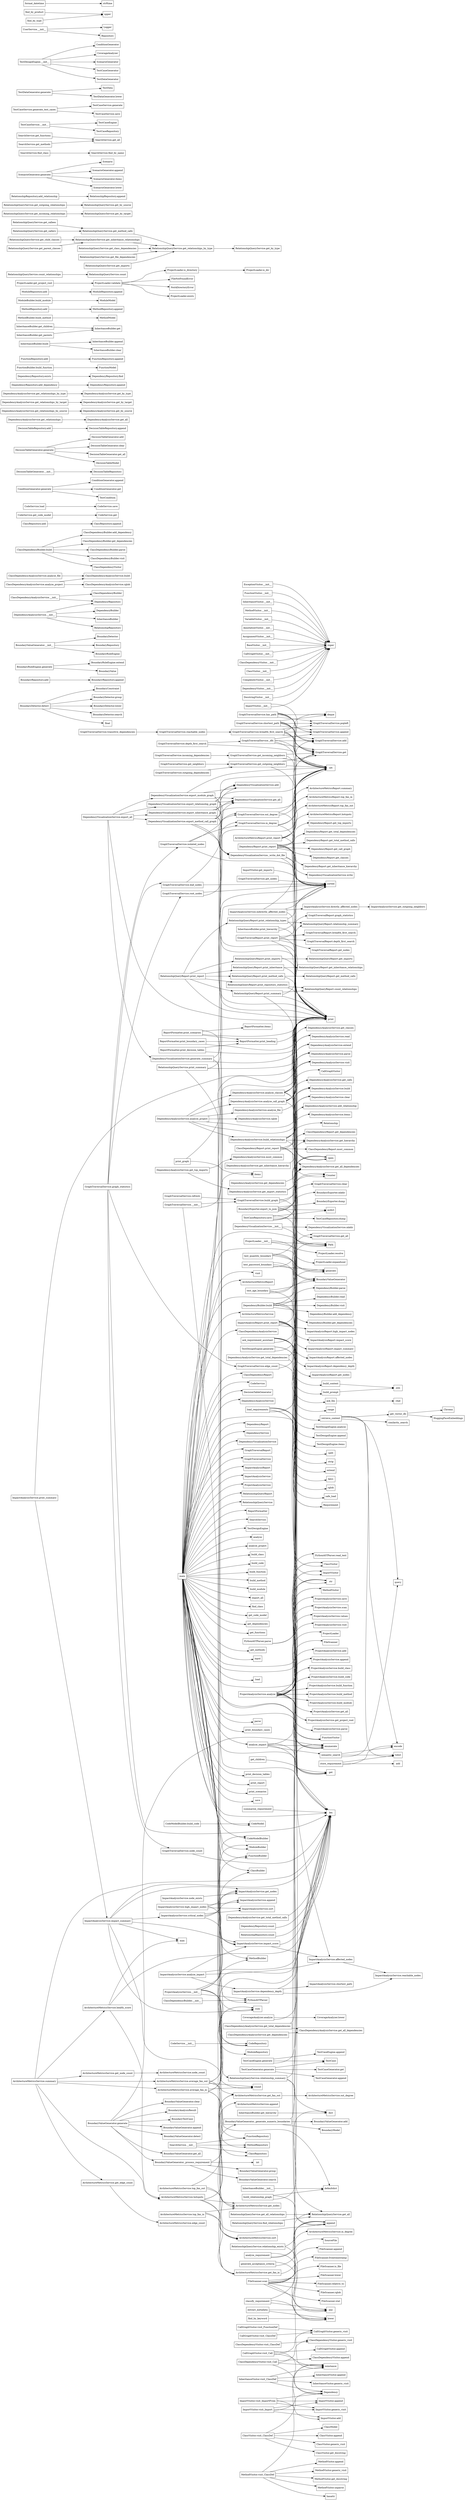
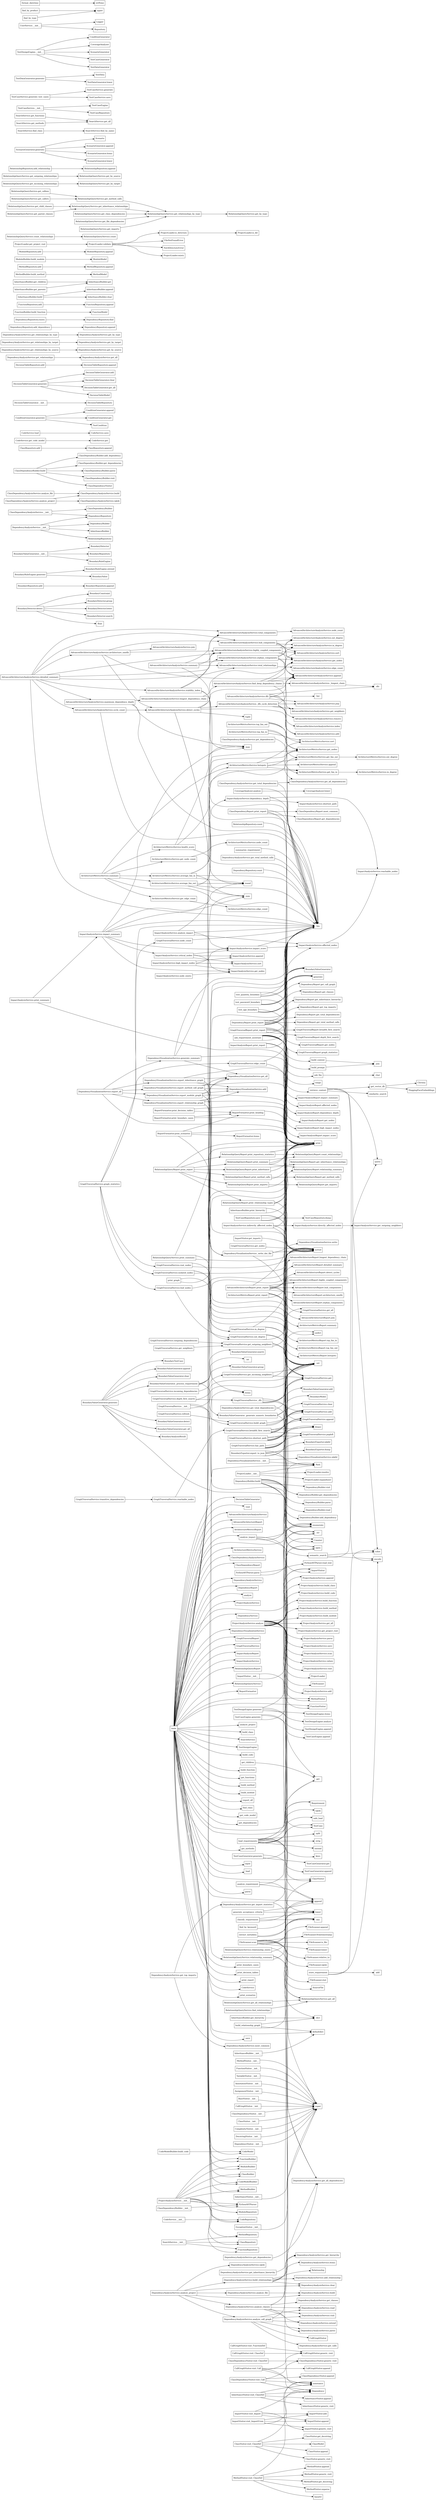
digraph "Method Call Graph" {
    rankdir=LR;
    node [shape=box];

+     "AdvancedArchitectureAnalysisService._dfs_cycle_detection" -> "AdvancedArchitectureAnalysisService.add";
+     "AdvancedArchitectureAnalysisService._dfs_cycle_detection" -> "AdvancedArchitectureAnalysisService.append";
+     "AdvancedArchitectureAnalysisService._dfs_cycle_detection" -> "AdvancedArchitectureAnalysisService.get_neighbors";
+     "AdvancedArchitectureAnalysisService._dfs_cycle_detection" -> "AdvancedArchitectureAnalysisService.index";
+     "AdvancedArchitectureAnalysisService._dfs_cycle_detection" -> "AdvancedArchitectureAnalysisService.pop";
+     "AdvancedArchitectureAnalysisService._dfs_cycle_detection" -> "AdvancedArchitectureAnalysisService.remove";
+     "AdvancedArchitectureAnalysisService._longest_chain" -> "dfs";
+     "AdvancedArchitectureAnalysisService.architecture_smells" -> "AdvancedArchitectureAnalysisService.append";
+     "AdvancedArchitectureAnalysisService.architecture_smells" -> "AdvancedArchitectureAnalysisService.detect_cycles";
+     "AdvancedArchitectureAnalysisService.architecture_smells" -> "AdvancedArchitectureAnalysisService.highly_coupled_components";
+     "AdvancedArchitectureAnalysisService.architecture_smells" -> "AdvancedArchitectureAnalysisService.hub_components";
+     "AdvancedArchitectureAnalysisService.architecture_smells" -> "AdvancedArchitectureAnalysisService.join";
+     "AdvancedArchitectureAnalysisService.cycle_count" -> "AdvancedArchitectureAnalysisService.detect_cycles";
+     "AdvancedArchitectureAnalysisService.cycle_count" -> "len";
+     "AdvancedArchitectureAnalysisService.detailed_summary" -> "AdvancedArchitectureAnalysisService.architecture_smells";
+     "AdvancedArchitectureAnalysisService.detailed_summary" -> "AdvancedArchitectureAnalysisService.cycle_count";
+     "AdvancedArchitectureAnalysisService.detailed_summary" -> "AdvancedArchitectureAnalysisService.highly_coupled_components";
+     "AdvancedArchitectureAnalysisService.detailed_summary" -> "AdvancedArchitectureAnalysisService.hub_components";
+     "AdvancedArchitectureAnalysisService.detailed_summary" -> "AdvancedArchitectureAnalysisService.maximum_dependency_depth";
+     "AdvancedArchitectureAnalysisService.detailed_summary" -> "AdvancedArchitectureAnalysisService.orphan_components";
+     "AdvancedArchitectureAnalysisService.detailed_summary" -> "AdvancedArchitectureAnalysisService.stability_index";
+     "AdvancedArchitectureAnalysisService.detailed_summary" -> "AdvancedArchitectureAnalysisService.total_components";
+     "AdvancedArchitectureAnalysisService.detailed_summary" -> "AdvancedArchitectureAnalysisService.total_relationships";
+     "AdvancedArchitectureAnalysisService.detailed_summary" -> "len";
+     "AdvancedArchitectureAnalysisService.detect_cycles" -> "AdvancedArchitectureAnalysisService._dfs_cycle_detection";
+     "AdvancedArchitectureAnalysisService.detect_cycles" -> "AdvancedArchitectureAnalysisService.add";
+     "AdvancedArchitectureAnalysisService.detect_cycles" -> "AdvancedArchitectureAnalysisService.append";
+     "AdvancedArchitectureAnalysisService.detect_cycles" -> "AdvancedArchitectureAnalysisService.get_nodes";
+     "AdvancedArchitectureAnalysisService.detect_cycles" -> "set";
+     "AdvancedArchitectureAnalysisService.detect_cycles" -> "sorted";
+     "AdvancedArchitectureAnalysisService.detect_cycles" -> "tuple";
+     "AdvancedArchitectureAnalysisService.dfs" -> "AdvancedArchitectureAnalysisService.append";
+     "AdvancedArchitectureAnalysisService.dfs" -> "AdvancedArchitectureAnalysisService.get_neighbors";
+     "AdvancedArchitectureAnalysisService.dfs" -> "AdvancedArchitectureAnalysisService.pop";
+     "AdvancedArchitectureAnalysisService.dfs" -> "dfs";
+     "AdvancedArchitectureAnalysisService.dfs" -> "len";
+     "AdvancedArchitectureAnalysisService.dfs" -> "list";
+     "AdvancedArchitectureAnalysisService.find_deep_dependency_chains" -> "AdvancedArchitectureAnalysisService._longest_chain";
+     "AdvancedArchitectureAnalysisService.find_deep_dependency_chains" -> "AdvancedArchitectureAnalysisService.append";
+     "AdvancedArchitectureAnalysisService.find_deep_dependency_chains" -> "AdvancedArchitectureAnalysisService.get_nodes";
+     "AdvancedArchitectureAnalysisService.find_deep_dependency_chains" -> "AdvancedArchitectureAnalysisService.sort";
+     "AdvancedArchitectureAnalysisService.find_deep_dependency_chains" -> "len";
+     "AdvancedArchitectureAnalysisService.highly_coupled_components" -> "AdvancedArchitectureAnalysisService.append";
+     "AdvancedArchitectureAnalysisService.highly_coupled_components" -> "AdvancedArchitectureAnalysisService.get_nodes";
+     "AdvancedArchitectureAnalysisService.highly_coupled_components" -> "AdvancedArchitectureAnalysisService.in_degree";
+     "AdvancedArchitectureAnalysisService.highly_coupled_components" -> "AdvancedArchitectureAnalysisService.out_degree";
+     "AdvancedArchitectureAnalysisService.highly_coupled_components" -> "AdvancedArchitectureAnalysisService.sort";
+     "AdvancedArchitectureAnalysisService.hub_components" -> "AdvancedArchitectureAnalysisService.append";
+     "AdvancedArchitectureAnalysisService.hub_components" -> "AdvancedArchitectureAnalysisService.get_nodes";
+     "AdvancedArchitectureAnalysisService.hub_components" -> "AdvancedArchitectureAnalysisService.in_degree";
+     "AdvancedArchitectureAnalysisService.hub_components" -> "AdvancedArchitectureAnalysisService.out_degree";
+     "AdvancedArchitectureAnalysisService.hub_components" -> "AdvancedArchitectureAnalysisService.sort";
+     "AdvancedArchitectureAnalysisService.longest_dependency_chain" -> "AdvancedArchitectureAnalysisService.find_deep_dependency_chains";
+     "AdvancedArchitectureAnalysisService.maximum_dependency_depth" -> "AdvancedArchitectureAnalysisService.longest_dependency_chain";
+     "AdvancedArchitectureAnalysisService.maximum_dependency_depth" -> "len";
+     "AdvancedArchitectureAnalysisService.maximum_dependency_depth" -> "max";
+     "AdvancedArchitectureAnalysisService.orphan_components" -> "AdvancedArchitectureAnalysisService.append";
+     "AdvancedArchitectureAnalysisService.orphan_components" -> "AdvancedArchitectureAnalysisService.get_nodes";
+     "AdvancedArchitectureAnalysisService.orphan_components" -> "AdvancedArchitectureAnalysisService.in_degree";
+     "AdvancedArchitectureAnalysisService.orphan_components" -> "AdvancedArchitectureAnalysisService.out_degree";
+     "AdvancedArchitectureAnalysisService.orphan_components" -> "sorted";
+     "AdvancedArchitectureAnalysisService.stability_index" -> "AdvancedArchitectureAnalysisService.highly_coupled_components";
+     "AdvancedArchitectureAnalysisService.stability_index" -> "AdvancedArchitectureAnalysisService.total_components";
+     "AdvancedArchitectureAnalysisService.stability_index" -> "len";
+     "AdvancedArchitectureAnalysisService.stability_index" -> "max";
+     "AdvancedArchitectureAnalysisService.stability_index" -> "round";
+     "AdvancedArchitectureAnalysisService.summary" -> "AdvancedArchitectureAnalysisService.highly_coupled_components";
+     "AdvancedArchitectureAnalysisService.summary" -> "AdvancedArchitectureAnalysisService.orphan_components";
+     "AdvancedArchitectureAnalysisService.summary" -> "AdvancedArchitectureAnalysisService.total_components";
+     "AdvancedArchitectureAnalysisService.summary" -> "AdvancedArchitectureAnalysisService.total_relationships";
+     "AdvancedArchitectureAnalysisService.summary" -> "len";
+     "AdvancedArchitectureAnalysisService.total_components" -> "AdvancedArchitectureAnalysisService.node_count";
+     "AdvancedArchitectureAnalysisService.total_relationships" -> "AdvancedArchitectureAnalysisService.edge_count";
+     "AdvancedArchitectureReport.print_report" -> "AdvancedArchitectureReport.architecture_smells";
+     "AdvancedArchitectureReport.print_report" -> "AdvancedArchitectureReport.detailed_summary";
+     "AdvancedArchitectureReport.print_report" -> "AdvancedArchitectureReport.detect_cycles";
+     "AdvancedArchitectureReport.print_report" -> "AdvancedArchitectureReport.highly_coupled_components";
+     "AdvancedArchitectureReport.print_report" -> "AdvancedArchitectureReport.hub_components";
+     "AdvancedArchitectureReport.print_report" -> "AdvancedArchitectureReport.join";
+     "AdvancedArchitectureReport.print_report" -> "AdvancedArchitectureReport.longest_dependency_chain";
+     "AdvancedArchitectureReport.print_report" -> "AdvancedArchitectureReport.orphan_components";
+     "AdvancedArchitectureReport.print_report" -> "print";
    "AnnotationVisitor.__init__" -> "super";
    "ArchitectureMetricsReport.print_report" -> "ArchitectureMetricsReport.hotspots";
    "ArchitectureMetricsReport.print_report" -> "ArchitectureMetricsReport.summary";
    "ArchitectureMetricsReport.print_report" -> "ArchitectureMetricsReport.top_fan_in";
    "ArchitectureMetricsReport.print_report" -> "ArchitectureMetricsReport.top_fan_out";
    "ArchitectureMetricsReport.print_report" -> "print";
    "ArchitectureMetricsService.average_fan_in" -> "ArchitectureMetricsService.get_fan_in";
    "ArchitectureMetricsService.average_fan_in" -> "ArchitectureMetricsService.get_nodes";
    "ArchitectureMetricsService.average_fan_in" -> "len";
    "ArchitectureMetricsService.average_fan_in" -> "round";
    "ArchitectureMetricsService.average_fan_in" -> "sum";
    "ArchitectureMetricsService.average_fan_out" -> "ArchitectureMetricsService.get_fan_out";
    "ArchitectureMetricsService.average_fan_out" -> "ArchitectureMetricsService.get_nodes";
    "ArchitectureMetricsService.average_fan_out" -> "len";
    "ArchitectureMetricsService.average_fan_out" -> "round";
    "ArchitectureMetricsService.average_fan_out" -> "sum";
    "ArchitectureMetricsService.get_edge_count" -> "ArchitectureMetricsService.edge_count";
    "ArchitectureMetricsService.get_fan_in" -> "ArchitectureMetricsService.in_degree";
    "ArchitectureMetricsService.get_fan_out" -> "ArchitectureMetricsService.out_degree";
    "ArchitectureMetricsService.get_node_count" -> "ArchitectureMetricsService.node_count";
    "ArchitectureMetricsService.health_score" -> "ArchitectureMetricsService.hotspots";
    "ArchitectureMetricsService.health_score" -> "len";
    "ArchitectureMetricsService.health_score" -> "max";
    "ArchitectureMetricsService.hotspots" -> "ArchitectureMetricsService.append";
    "ArchitectureMetricsService.hotspots" -> "ArchitectureMetricsService.get_fan_in";
    "ArchitectureMetricsService.hotspots" -> "ArchitectureMetricsService.get_fan_out";
    "ArchitectureMetricsService.hotspots" -> "ArchitectureMetricsService.get_nodes";
    "ArchitectureMetricsService.hotspots" -> "ArchitectureMetricsService.sort";
    "ArchitectureMetricsService.summary" -> "ArchitectureMetricsService.average_fan_in";
    "ArchitectureMetricsService.summary" -> "ArchitectureMetricsService.average_fan_out";
    "ArchitectureMetricsService.summary" -> "ArchitectureMetricsService.get_edge_count";
    "ArchitectureMetricsService.summary" -> "ArchitectureMetricsService.get_node_count";
    "ArchitectureMetricsService.summary" -> "ArchitectureMetricsService.health_score";
    "ArchitectureMetricsService.summary" -> "ArchitectureMetricsService.hotspots";
    "ArchitectureMetricsService.summary" -> "len";
    "ArchitectureMetricsService.top_fan_in" -> "ArchitectureMetricsService.get_fan_in";
    "ArchitectureMetricsService.top_fan_in" -> "ArchitectureMetricsService.get_nodes";
    "ArchitectureMetricsService.top_fan_in" -> "ArchitectureMetricsService.sort";
    "ArchitectureMetricsService.top_fan_out" -> "ArchitectureMetricsService.get_fan_out";
    "ArchitectureMetricsService.top_fan_out" -> "ArchitectureMetricsService.get_nodes";
    "ArchitectureMetricsService.top_fan_out" -> "ArchitectureMetricsService.sort";
    "AssignmentVisitor.__init__" -> "super";
    "BaseVisitor.__init__" -> "super";
    "BoundaryDetector.detect" -> "BoundaryConstraint";
    "BoundaryDetector.detect" -> "BoundaryDetector.group";
    "BoundaryDetector.detect" -> "BoundaryDetector.lower";
    "BoundaryDetector.detect" -> "BoundaryDetector.search";
    "BoundaryDetector.detect" -> "float";
    "BoundaryExporter.export_to_json" -> "BoundaryExporter.dump";
    "BoundaryExporter.export_to_json" -> "BoundaryExporter.mkdir";
    "BoundaryExporter.export_to_json" -> "Path";
    "BoundaryExporter.export_to_json" -> "asdict";
    "BoundaryExporter.export_to_json" -> "open";
    "BoundaryExporter.export_to_json" -> "print";
    "BoundaryRepository.add" -> "BoundaryRepository.append";
    "BoundaryRuleEngine.generate" -> "BoundaryRuleEngine.extend";
    "BoundaryRuleEngine.generate" -> "BoundaryValue";
    "BoundaryValueGenerator.__init__" -> "BoundaryDetector";
    "BoundaryValueGenerator.__init__" -> "BoundaryRepository";
    "BoundaryValueGenerator.__init__" -> "BoundaryRuleEngine";
    "BoundaryValueGenerator._generate_numeric_boundaries" -> "BoundaryModel";
    "BoundaryValueGenerator._generate_numeric_boundaries" -> "BoundaryValueGenerator.add";
    "BoundaryValueGenerator._generate_numeric_boundaries" -> "str";
    "BoundaryValueGenerator._process_requirement" -> "BoundaryValueGenerator._generate_numeric_boundaries";
    "BoundaryValueGenerator._process_requirement" -> "BoundaryValueGenerator.group";
    "BoundaryValueGenerator._process_requirement" -> "BoundaryValueGenerator.search";
    "BoundaryValueGenerator._process_requirement" -> "int";
    "BoundaryValueGenerator.generate" -> "BoundaryAnalysisResult";
    "BoundaryValueGenerator.generate" -> "BoundaryTestCase";
    "BoundaryValueGenerator.generate" -> "BoundaryValueGenerator._process_requirement";
    "BoundaryValueGenerator.generate" -> "BoundaryValueGenerator.append";
    "BoundaryValueGenerator.generate" -> "BoundaryValueGenerator.clear";
    "BoundaryValueGenerator.generate" -> "BoundaryValueGenerator.detect";
    "BoundaryValueGenerator.generate" -> "BoundaryValueGenerator.get_all";
    "BoundaryValueGenerator.generate" -> "enumerate";
    "CallGraphVisitor.__init__" -> "super";
    "CallGraphVisitor.visit_Call" -> "CallGraphVisitor.append";
    "CallGraphVisitor.visit_Call" -> "CallGraphVisitor.generic_visit";
    "CallGraphVisitor.visit_Call" -> "Dependency";
    "CallGraphVisitor.visit_Call" -> "isinstance";
    "CallGraphVisitor.visit_ClassDef" -> "CallGraphVisitor.generic_visit";
    "CallGraphVisitor.visit_FunctionDef" -> "CallGraphVisitor.generic_visit";
    "ClassDependencyAnalysisService.__init__" -> "ClassDependencyBuilder";
    "ClassDependencyAnalysisService.__init__" -> "DependencyRepository";
    "ClassDependencyAnalysisService.analyze_file" -> "ClassDependencyAnalysisService.build";
    "ClassDependencyAnalysisService.analyze_project" -> "ClassDependencyAnalysisService.build";
    "ClassDependencyAnalysisService.analyze_project" -> "ClassDependencyAnalysisService.rglob";
    "ClassDependencyAnalysisService.get_dependencies" -> "ClassDependencyAnalysisService.get_all_dependencies";
    "ClassDependencyAnalysisService.get_total_dependencies" -> "ClassDependencyAnalysisService.get_all_dependencies";
    "ClassDependencyAnalysisService.get_total_dependencies" -> "len";
    "ClassDependencyBuilder.__init__" -> "PythonASTParser";
    "ClassDependencyBuilder.build" -> "ClassDependencyBuilder.add_dependency";
    "ClassDependencyBuilder.build" -> "ClassDependencyBuilder.get_dependencies";
    "ClassDependencyBuilder.build" -> "ClassDependencyBuilder.parse";
    "ClassDependencyBuilder.build" -> "ClassDependencyBuilder.visit";
    "ClassDependencyBuilder.build" -> "ClassDependencyVisitor";
    "ClassDependencyReport.print_report" -> "ClassDependencyReport.get_dependencies";
    "ClassDependencyReport.print_report" -> "ClassDependencyReport.most_common";
    "ClassDependencyReport.print_report" -> "Counter";
    "ClassDependencyReport.print_report" -> "len";
    "ClassDependencyReport.print_report" -> "print";
    "ClassDependencyVisitor.__init__" -> "super";
    "ClassDependencyVisitor.visit_Call" -> "ClassDependencyVisitor.append";
    "ClassDependencyVisitor.visit_Call" -> "ClassDependencyVisitor.generic_visit";
    "ClassDependencyVisitor.visit_Call" -> "Dependency";
    "ClassDependencyVisitor.visit_Call" -> "isinstance";
    "ClassDependencyVisitor.visit_ClassDef" -> "ClassDependencyVisitor.generic_visit";
    "ClassRepository.add" -> "ClassRepository.append";
    "ClassVisitor.__init__" -> "super";
    "ClassVisitor.visit_ClassDef" -> "ClassModel";
    "ClassVisitor.visit_ClassDef" -> "ClassVisitor.append";
    "ClassVisitor.visit_ClassDef" -> "ClassVisitor.generic_visit";
    "ClassVisitor.visit_ClassDef" -> "ClassVisitor.get_docstring";
    "ClassVisitor.visit_ClassDef" -> "isinstance";
    "CodeModelBuilder.build_code" -> "CodeModel";
    "CodeService.__init__" -> "CodeRepository";
    "CodeService.get_code_model" -> "CodeService.get";
    "CodeService.load" -> "CodeService.save";
    "ComplexityVisitor.__init__" -> "super";
    "ConditionGenerator.generate" -> "ConditionGenerator.append";
    "ConditionGenerator.generate" -> "ConditionGenerator.get";
    "ConditionGenerator.generate" -> "TestCondition";
    "CoverageAnalyzer.analyze" -> "CoverageAnalyzer.lower";
    "CoverageAnalyzer.analyze" -> "len";
    "DecisionTableGenerator.__init__" -> "DecisionTableRepository";
    "DecisionTableGenerator.generate" -> "DecisionTableGenerator.add";
    "DecisionTableGenerator.generate" -> "DecisionTableGenerator.clear";
    "DecisionTableGenerator.generate" -> "DecisionTableGenerator.get_all";
    "DecisionTableGenerator.generate" -> "DecisionTableModel";
    "DecisionTableRepository.add" -> "DecisionTableRepository.append";
    "DependencyAnalysisService.__init__" -> "DependencyBuilder";
    "DependencyAnalysisService.__init__" -> "DependencyRepository";
    "DependencyAnalysisService.__init__" -> "InheritanceBuilder";
    "DependencyAnalysisService.__init__" -> "RelationshipRepository";
    "DependencyAnalysisService.analyze_call_graph" -> "CallGraphVisitor";
    "DependencyAnalysisService.analyze_call_graph" -> "DependencyAnalysisService.extend";
    "DependencyAnalysisService.analyze_call_graph" -> "DependencyAnalysisService.get_calls";
    "DependencyAnalysisService.analyze_call_graph" -> "DependencyAnalysisService.parse";
    "DependencyAnalysisService.analyze_call_graph" -> "DependencyAnalysisService.read";
    "DependencyAnalysisService.analyze_call_graph" -> "DependencyAnalysisService.visit";
    "DependencyAnalysisService.analyze_call_graph" -> "open";
    "DependencyAnalysisService.analyze_classes" -> "ClassVisitor";
    "DependencyAnalysisService.analyze_classes" -> "DependencyAnalysisService.extend";
    "DependencyAnalysisService.analyze_classes" -> "DependencyAnalysisService.get_classes";
    "DependencyAnalysisService.analyze_classes" -> "DependencyAnalysisService.parse";
    "DependencyAnalysisService.analyze_classes" -> "DependencyAnalysisService.read";
    "DependencyAnalysisService.analyze_classes" -> "DependencyAnalysisService.visit";
    "DependencyAnalysisService.analyze_classes" -> "open";
    "DependencyAnalysisService.analyze_file" -> "DependencyAnalysisService.build";
    "DependencyAnalysisService.analyze_project" -> "DependencyAnalysisService.analyze_call_graph";
    "DependencyAnalysisService.analyze_project" -> "DependencyAnalysisService.analyze_classes";
    "DependencyAnalysisService.analyze_project" -> "DependencyAnalysisService.analyze_file";
    "DependencyAnalysisService.analyze_project" -> "DependencyAnalysisService.build";
    "DependencyAnalysisService.analyze_project" -> "DependencyAnalysisService.build_relationships";
    "DependencyAnalysisService.analyze_project" -> "DependencyAnalysisService.clear";
    "DependencyAnalysisService.analyze_project" -> "DependencyAnalysisService.rglob";
    "DependencyAnalysisService.build_relationships" -> "DependencyAnalysisService.add_relationship";
    "DependencyAnalysisService.build_relationships" -> "DependencyAnalysisService.clear";
    "DependencyAnalysisService.build_relationships" -> "DependencyAnalysisService.get_all_dependencies";
    "DependencyAnalysisService.build_relationships" -> "DependencyAnalysisService.get_hierarchy";
    "DependencyAnalysisService.build_relationships" -> "DependencyAnalysisService.items";
    "DependencyAnalysisService.build_relationships" -> "Relationship";
    "DependencyAnalysisService.get_dependencies" -> "DependencyAnalysisService.get_all_dependencies";
    "DependencyAnalysisService.get_import_statistics" -> "Counter";
    "DependencyAnalysisService.get_import_statistics" -> "DependencyAnalysisService.get_all_dependencies";
    "DependencyAnalysisService.get_inheritance_hierarchy" -> "DependencyAnalysisService.get_hierarchy";
    "DependencyAnalysisService.get_relationships" -> "DependencyAnalysisService.get_all";
    "DependencyAnalysisService.get_relationships_by_source" -> "DependencyAnalysisService.get_by_source";
    "DependencyAnalysisService.get_relationships_by_target" -> "DependencyAnalysisService.get_by_target";
    "DependencyAnalysisService.get_relationships_by_type" -> "DependencyAnalysisService.get_by_type";
    "DependencyAnalysisService.get_top_imports" -> "DependencyAnalysisService.get_import_statistics";
    "DependencyAnalysisService.get_top_imports" -> "DependencyAnalysisService.most_common";
    "DependencyAnalysisService.get_total_dependencies" -> "DependencyAnalysisService.get_all_dependencies";
    "DependencyAnalysisService.get_total_dependencies" -> "len";
    "DependencyAnalysisService.get_total_method_calls" -> "len";
    "DependencyBuilder.build" -> "DependencyBuilder.add_dependency";
    "DependencyBuilder.build" -> "DependencyBuilder.get_dependencies";
    "DependencyBuilder.build" -> "DependencyBuilder.parse";
    "DependencyBuilder.build" -> "DependencyBuilder.read";
    "DependencyBuilder.build" -> "DependencyBuilder.visit";
    "DependencyBuilder.build" -> "ImportVisitor";
    "DependencyBuilder.build" -> "open";
    "DependencyBuilder.build" -> "str";
    "DependencyReport.print_report" -> "DependencyReport.get_call_graph";
    "DependencyReport.print_report" -> "DependencyReport.get_classes";
    "DependencyReport.print_report" -> "DependencyReport.get_inheritance_hierarchy";
    "DependencyReport.print_report" -> "DependencyReport.get_top_imports";
    "DependencyReport.print_report" -> "DependencyReport.get_total_dependencies";
    "DependencyReport.print_report" -> "DependencyReport.get_total_method_calls";
    "DependencyReport.print_report" -> "len";
    "DependencyReport.print_report" -> "print";
    "DependencyReport.print_report" -> "sorted";
    "DependencyRepository.add_dependency" -> "DependencyRepository.append";
    "DependencyRepository.count" -> "len";
    "DependencyRepository.exists" -> "DependencyRepository.find";
    "DependencyVisitor.__init__" -> "super";
    "DependencyVisualizationService.__init__" -> "DependencyVisualizationService.mkdir";
    "DependencyVisualizationService.__init__" -> "Path";
    "DependencyVisualizationService._write_dot_file" -> "DependencyVisualizationService.write";
    "DependencyVisualizationService._write_dot_file" -> "open";
    "DependencyVisualizationService._write_dot_file" -> "sorted";
    "DependencyVisualizationService.export_all" -> "DependencyVisualizationService.export_inheritance_graph";
    "DependencyVisualizationService.export_all" -> "DependencyVisualizationService.export_method_call_graph";
    "DependencyVisualizationService.export_all" -> "DependencyVisualizationService.export_module_graph";
    "DependencyVisualizationService.export_all" -> "DependencyVisualizationService.export_relationship_graph";
    "DependencyVisualizationService.export_all" -> "DependencyVisualizationService.generate_summary";
    "DependencyVisualizationService.export_all" -> "print";
    "DependencyVisualizationService.export_inheritance_graph" -> "DependencyVisualizationService._write_dot_file";
    "DependencyVisualizationService.export_inheritance_graph" -> "DependencyVisualizationService.add";
    "DependencyVisualizationService.export_inheritance_graph" -> "DependencyVisualizationService.get_all";
    "DependencyVisualizationService.export_inheritance_graph" -> "print";
    "DependencyVisualizationService.export_inheritance_graph" -> "set";
    "DependencyVisualizationService.export_method_call_graph" -> "DependencyVisualizationService._write_dot_file";
    "DependencyVisualizationService.export_method_call_graph" -> "DependencyVisualizationService.add";
    "DependencyVisualizationService.export_method_call_graph" -> "DependencyVisualizationService.get_all";
    "DependencyVisualizationService.export_method_call_graph" -> "print";
    "DependencyVisualizationService.export_method_call_graph" -> "set";
    "DependencyVisualizationService.export_module_graph" -> "DependencyVisualizationService._write_dot_file";
    "DependencyVisualizationService.export_module_graph" -> "DependencyVisualizationService.add";
    "DependencyVisualizationService.export_module_graph" -> "DependencyVisualizationService.get_all";
    "DependencyVisualizationService.export_module_graph" -> "print";
    "DependencyVisualizationService.export_module_graph" -> "set";
    "DependencyVisualizationService.export_relationship_graph" -> "DependencyVisualizationService._write_dot_file";
    "DependencyVisualizationService.export_relationship_graph" -> "DependencyVisualizationService.add";
    "DependencyVisualizationService.export_relationship_graph" -> "DependencyVisualizationService.get_all";
    "DependencyVisualizationService.export_relationship_graph" -> "print";
    "DependencyVisualizationService.export_relationship_graph" -> "set";
    "DependencyVisualizationService.generate_summary" -> "DependencyVisualizationService.get_all";
    "DependencyVisualizationService.generate_summary" -> "len";
    "DependencyVisualizationService.generate_summary" -> "print";
    "DependencyVisualizationService.generate_summary" -> "sum";
    "DocstringVisitor.__init__" -> "super";
    "ExceptionVisitor.__init__" -> "super";
    "FileScanner.scan" -> "FileScanner.append";
    "FileScanner.scan" -> "FileScanner.fromtimestamp";
    "FileScanner.scan" -> "FileScanner.is_file";
    "FileScanner.scan" -> "FileScanner.lower";
    "FileScanner.scan" -> "FileScanner.relative_to";
    "FileScanner.scan" -> "FileScanner.rglob";
    "FileScanner.scan" -> "FileScanner.stat";
    "FileScanner.scan" -> "SourceFile";
    "FileScanner.scan" -> "any";
    "FunctionBuilder.build_function" -> "FunctionModel";
    "FunctionRepository.add" -> "FunctionRepository.append";
    "FunctionVisitor.__init__" -> "super";
    "GraphTraversalReport.print_report" -> "GraphTraversalReport.breadth_first_search";
    "GraphTraversalReport.print_report" -> "GraphTraversalReport.depth_first_search";
    "GraphTraversalReport.print_report" -> "GraphTraversalReport.get_nodes";
    "GraphTraversalReport.print_report" -> "GraphTraversalReport.graph_statistics";
    "GraphTraversalReport.print_report" -> "len";
    "GraphTraversalReport.print_report" -> "print";
    "GraphTraversalService.__init__" -> "GraphTraversalService.build_graph";
    "GraphTraversalService.__init__" -> "defaultdict";
    "GraphTraversalService.__init__" -> "set";
    "GraphTraversalService._dfs" -> "GraphTraversalService.add";
    "GraphTraversalService._dfs" -> "GraphTraversalService.append";
    "GraphTraversalService._dfs" -> "GraphTraversalService.get";
    "GraphTraversalService._dfs" -> "set";
    "GraphTraversalService._dfs" -> "sorted";
    "GraphTraversalService.breadth_first_search" -> "GraphTraversalService.add";
    "GraphTraversalService.breadth_first_search" -> "GraphTraversalService.append";
    "GraphTraversalService.breadth_first_search" -> "GraphTraversalService.get";
    "GraphTraversalService.breadth_first_search" -> "GraphTraversalService.popleft";
    "GraphTraversalService.breadth_first_search" -> "deque";
    "GraphTraversalService.breadth_first_search" -> "set";
    "GraphTraversalService.breadth_first_search" -> "sorted";
    "GraphTraversalService.build_graph" -> "GraphTraversalService.add";
    "GraphTraversalService.build_graph" -> "GraphTraversalService.clear";
    "GraphTraversalService.build_graph" -> "GraphTraversalService.get_all";
    "GraphTraversalService.depth_first_search" -> "GraphTraversalService._dfs";
    "GraphTraversalService.depth_first_search" -> "set";
    "GraphTraversalService.edge_count" -> "GraphTraversalService.get_all";
    "GraphTraversalService.edge_count" -> "len";
    "GraphTraversalService.get_incoming_neighbors" -> "GraphTraversalService.get";
    "GraphTraversalService.get_incoming_neighbors" -> "set";
    "GraphTraversalService.get_incoming_neighbors" -> "sorted";
    "GraphTraversalService.get_neighbors" -> "GraphTraversalService.get_outgoing_neighbors";
    "GraphTraversalService.get_nodes" -> "sorted";
    "GraphTraversalService.get_outgoing_neighbors" -> "GraphTraversalService.get";
    "GraphTraversalService.get_outgoing_neighbors" -> "set";
    "GraphTraversalService.get_outgoing_neighbors" -> "sorted";
    "GraphTraversalService.graph_statistics" -> "GraphTraversalService.edge_count";
    "GraphTraversalService.graph_statistics" -> "GraphTraversalService.isolated_nodes";
    "GraphTraversalService.graph_statistics" -> "GraphTraversalService.leaf_nodes";
    "GraphTraversalService.graph_statistics" -> "GraphTraversalService.node_count";
    "GraphTraversalService.graph_statistics" -> "GraphTraversalService.root_nodes";
    "GraphTraversalService.graph_statistics" -> "len";
    "GraphTraversalService.has_path" -> "GraphTraversalService.add";
    "GraphTraversalService.has_path" -> "GraphTraversalService.append";
    "GraphTraversalService.has_path" -> "GraphTraversalService.get";
    "GraphTraversalService.has_path" -> "GraphTraversalService.popleft";
    "GraphTraversalService.has_path" -> "deque";
    "GraphTraversalService.has_path" -> "set";
    "GraphTraversalService.in_degree" -> "GraphTraversalService.get";
    "GraphTraversalService.in_degree" -> "len";
    "GraphTraversalService.in_degree" -> "set";
    "GraphTraversalService.incoming_dependencies" -> "GraphTraversalService.get_incoming_neighbors";
    "GraphTraversalService.isolated_nodes" -> "GraphTraversalService.in_degree";
    "GraphTraversalService.isolated_nodes" -> "GraphTraversalService.out_degree";
    "GraphTraversalService.isolated_nodes" -> "sorted";
    "GraphTraversalService.leaf_nodes" -> "GraphTraversalService.out_degree";
    "GraphTraversalService.leaf_nodes" -> "sorted";
    "GraphTraversalService.node_count" -> "len";
    "GraphTraversalService.out_degree" -> "GraphTraversalService.get";
    "GraphTraversalService.out_degree" -> "len";
    "GraphTraversalService.out_degree" -> "set";
    "GraphTraversalService.outgoing_dependencies" -> "GraphTraversalService.get_outgoing_neighbors";
    "GraphTraversalService.reachable_nodes" -> "GraphTraversalService.breadth_first_search";
    "GraphTraversalService.refresh" -> "GraphTraversalService.build_graph";
    "GraphTraversalService.root_nodes" -> "GraphTraversalService.in_degree";
    "GraphTraversalService.root_nodes" -> "sorted";
    "GraphTraversalService.shortest_path" -> "GraphTraversalService.add";
    "GraphTraversalService.shortest_path" -> "GraphTraversalService.append";
    "GraphTraversalService.shortest_path" -> "GraphTraversalService.get";
    "GraphTraversalService.shortest_path" -> "GraphTraversalService.popleft";
    "GraphTraversalService.shortest_path" -> "deque";
    "GraphTraversalService.shortest_path" -> "set";
    "GraphTraversalService.shortest_path" -> "sorted";
    "GraphTraversalService.transitive_dependencies" -> "GraphTraversalService.reachable_nodes";
    "ImpactAnalysisReport.print_report" -> "ImpactAnalysisReport.affected_nodes";
    "ImpactAnalysisReport.print_report" -> "ImpactAnalysisReport.dependency_depth";
    "ImpactAnalysisReport.print_report" -> "ImpactAnalysisReport.get_nodes";
    "ImpactAnalysisReport.print_report" -> "ImpactAnalysisReport.high_impact_nodes";
    "ImpactAnalysisReport.print_report" -> "ImpactAnalysisReport.impact_score";
    "ImpactAnalysisReport.print_report" -> "ImpactAnalysisReport.impact_summary";
    "ImpactAnalysisReport.print_report" -> "len";
    "ImpactAnalysisReport.print_report" -> "print";
    "ImpactAnalysisService.affected_nodes" -> "ImpactAnalysisService.reachable_nodes";
    "ImpactAnalysisService.analyze_impact" -> "ImpactAnalysisService.affected_nodes";
    "ImpactAnalysisService.analyze_impact" -> "ImpactAnalysisService.dependency_depth";
    "ImpactAnalysisService.analyze_impact" -> "ImpactAnalysisService.impact_score";
    "ImpactAnalysisService.analyze_impact" -> "len";
    "ImpactAnalysisService.critical_nodes" -> "ImpactAnalysisService.append";
    "ImpactAnalysisService.critical_nodes" -> "ImpactAnalysisService.get_nodes";
    "ImpactAnalysisService.critical_nodes" -> "ImpactAnalysisService.impact_score";
    "ImpactAnalysisService.critical_nodes" -> "ImpactAnalysisService.sort";
    "ImpactAnalysisService.dependency_depth" -> "ImpactAnalysisService.reachable_nodes";
    "ImpactAnalysisService.dependency_depth" -> "ImpactAnalysisService.shortest_path";
    "ImpactAnalysisService.dependency_depth" -> "len";
    "ImpactAnalysisService.directly_affected_nodes" -> "ImpactAnalysisService.get_outgoing_neighbors";
    "ImpactAnalysisService.high_impact_nodes" -> "ImpactAnalysisService.append";
    "ImpactAnalysisService.high_impact_nodes" -> "ImpactAnalysisService.get_nodes";
    "ImpactAnalysisService.high_impact_nodes" -> "ImpactAnalysisService.impact_score";
    "ImpactAnalysisService.high_impact_nodes" -> "ImpactAnalysisService.sort";
    "ImpactAnalysisService.impact_score" -> "ImpactAnalysisService.affected_nodes";
    "ImpactAnalysisService.impact_score" -> "len";
    "ImpactAnalysisService.impact_summary" -> "ImpactAnalysisService.critical_nodes";
    "ImpactAnalysisService.impact_summary" -> "ImpactAnalysisService.get_nodes";
    "ImpactAnalysisService.impact_summary" -> "ImpactAnalysisService.impact_score";
    "ImpactAnalysisService.impact_summary" -> "len";
    "ImpactAnalysisService.impact_summary" -> "max";
    "ImpactAnalysisService.impact_summary" -> "round";
    "ImpactAnalysisService.impact_summary" -> "sum";
    "ImpactAnalysisService.indirectly_affected_nodes" -> "ImpactAnalysisService.affected_nodes";
    "ImpactAnalysisService.indirectly_affected_nodes" -> "ImpactAnalysisService.directly_affected_nodes";
    "ImpactAnalysisService.indirectly_affected_nodes" -> "set";
    "ImpactAnalysisService.indirectly_affected_nodes" -> "sorted";
    "ImpactAnalysisService.node_exists" -> "ImpactAnalysisService.get_nodes";
    "ImpactAnalysisService.print_summary" -> "ImpactAnalysisService.impact_summary";
    "ImpactAnalysisService.print_summary" -> "print";
    "ImportVisitor.__init__" -> "set";
    "ImportVisitor.__init__" -> "super";
    "ImportVisitor.get_imports" -> "sorted";
    "ImportVisitor.visit_Import" -> "Dependency";
    "ImportVisitor.visit_Import" -> "ImportVisitor.add";
    "ImportVisitor.visit_Import" -> "ImportVisitor.append";
    "ImportVisitor.visit_Import" -> "ImportVisitor.generic_visit";
    "ImportVisitor.visit_ImportFrom" -> "Dependency";
    "ImportVisitor.visit_ImportFrom" -> "ImportVisitor.add";
    "ImportVisitor.visit_ImportFrom" -> "ImportVisitor.append";
    "ImportVisitor.visit_ImportFrom" -> "ImportVisitor.generic_visit";
    "InheritanceBuilder.__init__" -> "defaultdict";
    "InheritanceBuilder.build" -> "InheritanceBuilder.append";
    "InheritanceBuilder.build" -> "InheritanceBuilder.clear";
    "InheritanceBuilder.get_children" -> "InheritanceBuilder.get";
    "InheritanceBuilder.get_hierarchy" -> "dict";
    "InheritanceBuilder.get_parents" -> "InheritanceBuilder.get";
    "InheritanceBuilder.print_hierarchy" -> "print";
    "InheritanceBuilder.print_hierarchy" -> "sorted";
    "InheritanceVisitor.__init__" -> "super";
    "InheritanceVisitor.visit_ClassDef" -> "Dependency";
    "InheritanceVisitor.visit_ClassDef" -> "InheritanceVisitor.append";
    "InheritanceVisitor.visit_ClassDef" -> "InheritanceVisitor.generic_visit";
    "InheritanceVisitor.visit_ClassDef" -> "isinstance";
    "MethodBuilder.build_method" -> "MethodModel";
    "MethodRepository.add" -> "MethodRepository.append";
    "MethodVisitor.__init__" -> "super";
    "MethodVisitor.visit_ClassDef" -> "MethodVisitor.append";
    "MethodVisitor.visit_ClassDef" -> "MethodVisitor.generic_visit";
    "MethodVisitor.visit_ClassDef" -> "MethodVisitor.get_docstring";
    "MethodVisitor.visit_ClassDef" -> "MethodVisitor.unparse";
    "MethodVisitor.visit_ClassDef" -> "hasattr";
    "MethodVisitor.visit_ClassDef" -> "isinstance";
    "ModuleBuilder.build_module" -> "ModuleModel";
    "ModuleRepository.add" -> "ModuleRepository.append";
    "ProjectAnalysisService.__init__" -> "ClassBuilder";
    "ProjectAnalysisService.__init__" -> "ClassRepository";
    "ProjectAnalysisService.__init__" -> "CodeModelBuilder";
    "ProjectAnalysisService.__init__" -> "CodeRepository";
    "ProjectAnalysisService.__init__" -> "FunctionBuilder";
    "ProjectAnalysisService.__init__" -> "FunctionRepository";
    "ProjectAnalysisService.__init__" -> "MethodBuilder";
    "ProjectAnalysisService.__init__" -> "MethodRepository";
    "ProjectAnalysisService.__init__" -> "ModuleBuilder";
    "ProjectAnalysisService.__init__" -> "ModuleRepository";
    "ProjectAnalysisService.__init__" -> "PythonASTParser";
    "ProjectAnalysisService.analyze" -> "ClassVisitor";
    "ProjectAnalysisService.analyze" -> "FileScanner";
    "ProjectAnalysisService.analyze" -> "FunctionVisitor";
    "ProjectAnalysisService.analyze" -> "ImportVisitor";
    "ProjectAnalysisService.analyze" -> "MethodVisitor";
    "ProjectAnalysisService.analyze" -> "ProjectAnalysisService.add";
    "ProjectAnalysisService.analyze" -> "ProjectAnalysisService.append";
    "ProjectAnalysisService.analyze" -> "ProjectAnalysisService.build_class";
    "ProjectAnalysisService.analyze" -> "ProjectAnalysisService.build_code";
    "ProjectAnalysisService.analyze" -> "ProjectAnalysisService.build_function";
    "ProjectAnalysisService.analyze" -> "ProjectAnalysisService.build_method";
    "ProjectAnalysisService.analyze" -> "ProjectAnalysisService.build_module";
    "ProjectAnalysisService.analyze" -> "ProjectAnalysisService.get_all";
    "ProjectAnalysisService.analyze" -> "ProjectAnalysisService.get_project_root";
    "ProjectAnalysisService.analyze" -> "ProjectAnalysisService.parse";
    "ProjectAnalysisService.analyze" -> "ProjectAnalysisService.save";
    "ProjectAnalysisService.analyze" -> "ProjectAnalysisService.scan";
    "ProjectAnalysisService.analyze" -> "ProjectAnalysisService.values";
    "ProjectAnalysisService.analyze" -> "ProjectAnalysisService.visit";
    "ProjectAnalysisService.analyze" -> "ProjectLoader";
    "ProjectAnalysisService.analyze" -> "str";
    "ProjectLoader.__init__" -> "Path";
    "ProjectLoader.__init__" -> "ProjectLoader.expanduser";
    "ProjectLoader.__init__" -> "ProjectLoader.resolve";
    "ProjectLoader.get_project_root" -> "ProjectLoader.validate";
    "ProjectLoader.is_directory" -> "ProjectLoader.is_dir";
    "ProjectLoader.validate" -> "FileNotFoundError";
    "ProjectLoader.validate" -> "NotADirectoryError";
    "ProjectLoader.validate" -> "ProjectLoader.exists";
    "ProjectLoader.validate" -> "ProjectLoader.is_directory";
    "PythonASTParser.parse" -> "PythonASTParser.read_text";
    "PythonASTParser.parse" -> "str";
    "RelationshipQueryReport.print_imports" -> "RelationshipQueryReport.get_imports";
    "RelationshipQueryReport.print_imports" -> "print";
    "RelationshipQueryReport.print_inheritance" -> "RelationshipQueryReport.get_inheritance_relationships";
    "RelationshipQueryReport.print_inheritance" -> "print";
    "RelationshipQueryReport.print_method_calls" -> "RelationshipQueryReport.get_method_calls";
    "RelationshipQueryReport.print_method_calls" -> "print";
    "RelationshipQueryReport.print_relationship_types" -> "RelationshipQueryReport.relationship_summary";
    "RelationshipQueryReport.print_relationship_types" -> "print";
    "RelationshipQueryReport.print_relationship_types" -> "sorted";
    "RelationshipQueryReport.print_report" -> "RelationshipQueryReport.print_imports";
    "RelationshipQueryReport.print_report" -> "RelationshipQueryReport.print_inheritance";
    "RelationshipQueryReport.print_report" -> "RelationshipQueryReport.print_method_calls";
    "RelationshipQueryReport.print_report" -> "RelationshipQueryReport.print_relationship_types";
    "RelationshipQueryReport.print_report" -> "RelationshipQueryReport.print_repository_statistics";
    "RelationshipQueryReport.print_report" -> "RelationshipQueryReport.print_summary";
    "RelationshipQueryReport.print_report" -> "print";
    "RelationshipQueryReport.print_repository_statistics" -> "RelationshipQueryReport.count_relationships";
    "RelationshipQueryReport.print_repository_statistics" -> "print";
    "RelationshipQueryReport.print_summary" -> "RelationshipQueryReport.count_relationships";
    "RelationshipQueryReport.print_summary" -> "RelationshipQueryReport.relationship_summary";
    "RelationshipQueryReport.print_summary" -> "len";
    "RelationshipQueryReport.print_summary" -> "print";
    "RelationshipQueryService.count_relationships" -> "RelationshipQueryService.count";
    "RelationshipQueryService.find_relationships" -> "RelationshipQueryService.get_all";
    "RelationshipQueryService.get_all_relationships" -> "RelationshipQueryService.get_all";
    "RelationshipQueryService.get_callees" -> "RelationshipQueryService.get_method_calls";
    "RelationshipQueryService.get_callers" -> "RelationshipQueryService.get_method_calls";
    "RelationshipQueryService.get_child_classes" -> "RelationshipQueryService.get_inheritance_relationships";
    "RelationshipQueryService.get_class_dependencies" -> "RelationshipQueryService.get_relationships_by_type";
    "RelationshipQueryService.get_file_dependencies" -> "RelationshipQueryService.get_relationships_by_type";
    "RelationshipQueryService.get_imports" -> "RelationshipQueryService.get_relationships_by_type";
    "RelationshipQueryService.get_incoming_relationships" -> "RelationshipQueryService.get_by_target";
    "RelationshipQueryService.get_inheritance_relationships" -> "RelationshipQueryService.get_relationships_by_type";
    "RelationshipQueryService.get_method_calls" -> "RelationshipQueryService.get_relationships_by_type";
    "RelationshipQueryService.get_outgoing_relationships" -> "RelationshipQueryService.get_by_source";
    "RelationshipQueryService.get_parent_classes" -> "RelationshipQueryService.get_inheritance_relationships";
    "RelationshipQueryService.get_relationships_by_type" -> "RelationshipQueryService.get_by_type";
    "RelationshipQueryService.print_summary" -> "RelationshipQueryService.relationship_summary";
    "RelationshipQueryService.print_summary" -> "print";
    "RelationshipQueryService.print_summary" -> "sorted";
    "RelationshipQueryService.relationship_exists" -> "RelationshipQueryService.get_all";
    "RelationshipQueryService.relationship_exists" -> "any";
    "RelationshipQueryService.relationship_summary" -> "Counter";
    "RelationshipQueryService.relationship_summary" -> "RelationshipQueryService.get_all";
    "RelationshipQueryService.relationship_summary" -> "dict";
    "RelationshipRepository.add_relationship" -> "RelationshipRepository.append";
    "RelationshipRepository.count" -> "len";
    "ReportFormatter.print_boundary_cases" -> "ReportFormatter.print_heading";
    "ReportFormatter.print_boundary_cases" -> "print";
    "ReportFormatter.print_decision_tables" -> "ReportFormatter.print_heading";
    "ReportFormatter.print_decision_tables" -> "print";
    "ReportFormatter.print_heading" -> "print";
    "ReportFormatter.print_scenarios" -> "ReportFormatter.items";
    "ReportFormatter.print_scenarios" -> "ReportFormatter.print_heading";
    "ReportFormatter.print_scenarios" -> "enumerate";
    "ReportFormatter.print_scenarios" -> "print";
    "ScenarioGenerator.generate" -> "Scenario";
    "ScenarioGenerator.generate" -> "ScenarioGenerator.append";
    "ScenarioGenerator.generate" -> "ScenarioGenerator.items";
    "ScenarioGenerator.generate" -> "ScenarioGenerator.lower";
    "SearchService.__init__" -> "ClassRepository";
    "SearchService.__init__" -> "FunctionRepository";
    "SearchService.__init__" -> "MethodRepository";
    "SearchService.find_class" -> "SearchService.find_by_name";
    "SearchService.get_functions" -> "SearchService.get_all";
    "SearchService.get_methods" -> "SearchService.get_all";
    "TestCaseEngine.generate" -> "TestCase";
    "TestCaseEngine.generate" -> "TestCaseEngine.append";
    "TestCaseEngine.generate" -> "enumerate";
    "TestCaseGenerator.generate" -> "TestCase";
    "TestCaseGenerator.generate" -> "TestCaseGenerator.append";
    "TestCaseGenerator.generate" -> "TestCaseGenerator.get";
    "TestCaseRepository.save" -> "TestCaseRepository.dump";
    "TestCaseRepository.save" -> "asdict";
    "TestCaseRepository.save" -> "len";
    "TestCaseRepository.save" -> "open";
    "TestCaseRepository.save" -> "print";
    "TestCaseService.__init__" -> "TestCaseEngine";
    "TestCaseService.__init__" -> "TestCaseRepository";
    "TestCaseService.generate_test_cases" -> "TestCaseService.generate";
    "TestCaseService.generate_test_cases" -> "TestCaseService.save";
    "TestDataGenerator.generate" -> "TestData";
    "TestDataGenerator.generate" -> "TestDataGenerator.lower";
    "TestDesignEngine.__init__" -> "ConditionGenerator";
    "TestDesignEngine.__init__" -> "CoverageAnalyzer";
    "TestDesignEngine.__init__" -> "ScenarioGenerator";
    "TestDesignEngine.__init__" -> "TestCaseGenerator";
    "TestDesignEngine.__init__" -> "TestDataGenerator";
    "TestDesignEngine.generate" -> "TestDesignEngine.analyze";
    "TestDesignEngine.generate" -> "TestDesignEngine.append";
    "TestDesignEngine.generate" -> "TestDesignEngine.items";
    "TestDesignEngine.generate" -> "print";
    "UserService.__init__" -> "Logger";
    "UserService.__init__" -> "Repository";
    "VariableVisitor.__init__" -> "super";
    "analyze_impact" -> "enumerate";
    "analyze_impact" -> "get";
    "analyze_impact" -> "len";
    "analyze_impact" -> "print";
    "analyze_impact" -> "semantic_search";
    "analyze_requirement" -> "append";
    "analyze_requirement" -> "len";
    "analyze_requirement" -> "lower";
    "ask_llm" -> "chat";
    "ask_requirement_assistant" -> "ask_llm";
    "ask_requirement_assistant" -> "build_context";
    "ask_requirement_assistant" -> "build_prompt";
    "ask_requirement_assistant" -> "enumerate";
    "ask_requirement_assistant" -> "len";
    "ask_requirement_assistant" -> "print";
    "ask_requirement_assistant" -> "range";
    "ask_requirement_assistant" -> "retrieve_context";
    "build_context" -> "join";
    "build_prompt" -> "join";
    "build_relationship_graph" -> "append";
    "build_relationship_graph" -> "defaultdict";
    "build_relationship_graph" -> "dict";
    "classify_requirement" -> "any";
    "classify_requirement" -> "append";
    "classify_requirement" -> "lower";
    "extract_metadata" -> "any";
    "extract_metadata" -> "lower";
    "find_by_keyword" -> "lower";
    "find_by_product" -> "upper";
    "find_by_type" -> "upper";
    "format_datetime" -> "strftime";
    "generate_acceptance_criteria" -> "append";
    "generate_acceptance_criteria" -> "lower";
    "get_children" -> "get";
    "get_vector_db" -> "Chroma";
    "get_vector_db" -> "HuggingFaceEmbeddings";
    "load_requirements" -> "Path";
    "load_requirements" -> "Requirement";
    "load_requirements" -> "append";
    "load_requirements" -> "extend";
    "load_requirements" -> "get";
    "load_requirements" -> "isinstance";
    "load_requirements" -> "keys";
    "load_requirements" -> "open";
    "load_requirements" -> "rglob";
    "load_requirements" -> "safe_load";
    "load_requirements" -> "split";
    "load_requirements" -> "strip";
+     "main" -> "AdvancedArchitectureAnalysisService";
+     "main" -> "AdvancedArchitectureReport";
    "main" -> "ArchitectureMetricsReport";
    "main" -> "ArchitectureMetricsService";
    "main" -> "BoundaryValueGenerator";
    "main" -> "ClassBuilder";
    "main" -> "ClassDependencyAnalysisService";
    "main" -> "ClassDependencyReport";
    "main" -> "ClassVisitor";
    "main" -> "CodeModel";
    "main" -> "CodeModelBuilder";
    "main" -> "CodeRepository";
    "main" -> "CodeService";
    "main" -> "DecisionTableGenerator";
    "main" -> "DependencyAnalysisService";
    "main" -> "DependencyReport";
    "main" -> "DependencyService";
    "main" -> "DependencyVisualizationService";
    "main" -> "FunctionBuilder";
    "main" -> "FunctionVisitor";
    "main" -> "GraphTraversalReport";
    "main" -> "GraphTraversalService";
    "main" -> "ImpactAnalysisReport";
    "main" -> "ImpactAnalysisService";
    "main" -> "ImportVisitor";
    "main" -> "MethodBuilder";
    "main" -> "MethodVisitor";
    "main" -> "ModuleBuilder";
    "main" -> "Path";
    "main" -> "ProjectAnalysisService";
    "main" -> "PythonASTParser";
    "main" -> "RelationshipQueryReport";
    "main" -> "RelationshipQueryService";
    "main" -> "ReportFormatter";
    "main" -> "Requirement";
    "main" -> "SearchService";
    "main" -> "TestDesignEngine";
    "main" -> "analyze";
    "main" -> "analyze_impact";
    "main" -> "analyze_project";
    "main" -> "append";
    "main" -> "build_class";
    "main" -> "build_code";
    "main" -> "build_function";
    "main" -> "build_method";
    "main" -> "build_module";
    "main" -> "enumerate";
    "main" -> "export_all";
    "main" -> "find_class";
    "main" -> "generate";
    "main" -> "get";
    "main" -> "get_code_model";
    "main" -> "get_dependencies";
    "main" -> "get_functions";
    "main" -> "get_methods";
    "main" -> "input";
    "main" -> "items";
    "main" -> "len";
    "main" -> "load";
    "main" -> "parse";
    "main" -> "print";
    "main" -> "print_boundary_cases";
    "main" -> "print_decision_tables";
    "main" -> "print_report";
    "main" -> "print_scenarios";
    "main" -> "save";
    "main" -> "sorted";
    "main" -> "visit";
    "print_graph" -> "items";
    "print_graph" -> "print";
    "retrieve_context" -> "encode";
    "retrieve_context" -> "get_vector_db";
    "retrieve_context" -> "query";
    "retrieve_context" -> "similarity_search";
    "retrieve_context" -> "tolist";
    "semantic_search" -> "encode";
    "semantic_search" -> "query";
    "semantic_search" -> "tolist";
    "store_requirement" -> "add";
    "store_requirement" -> "encode";
    "store_requirement" -> "tolist";
    "summarize_requirement" -> "len";
    "test_age_boundary" -> "BoundaryValueGenerator";
    "test_age_boundary" -> "generate";
    "test_age_boundary" -> "len";
    "test_age_boundary" -> "print";
    "test_password_boundary" -> "BoundaryValueGenerator";
    "test_password_boundary" -> "generate";
    "test_password_boundary" -> "len";
    "test_password_boundary" -> "print";
    "test_quantity_boundary" -> "BoundaryValueGenerator";
    "test_quantity_boundary" -> "generate";
    "test_quantity_boundary" -> "len";
    "test_quantity_boundary" -> "print";
}
